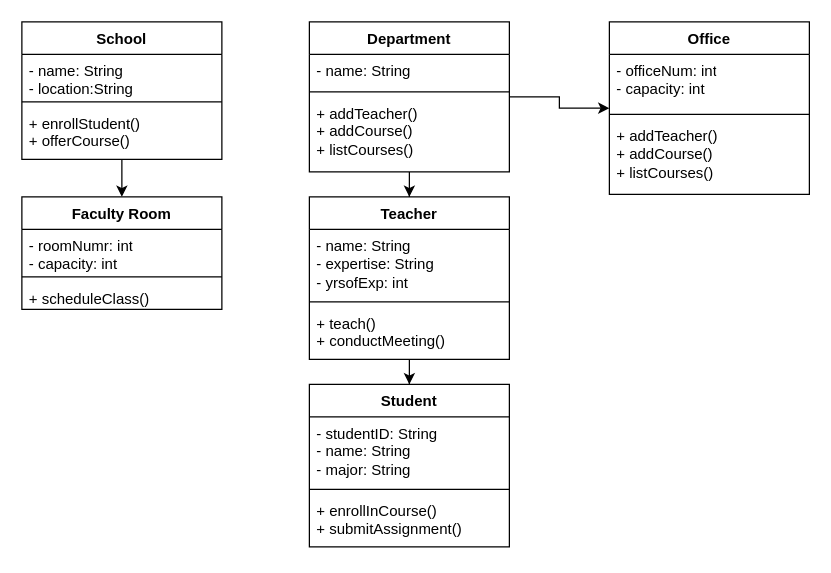
The draw.io diagram tasksheet/SimpleClassDiagram.drawio in cocomarktea/TesdaActivity, before the edit. Source tidied: cells renumbered, new cells numbered last; positions are measured from the earlier drawing's top-left corner, leaving out a move shared by most shapes. Both pictures are drawn from the tidied source at 125%, with x=0, y=0 at pixel (21, 21).
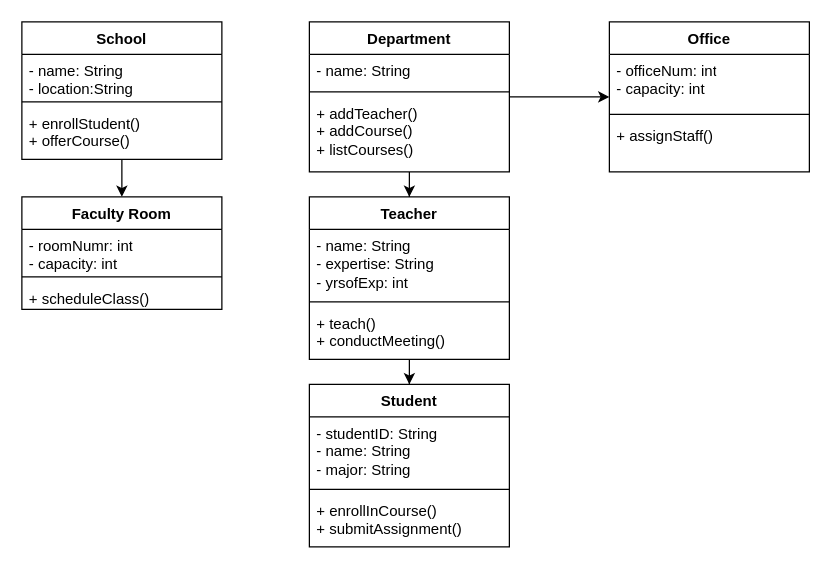
The same diagram, later.

The edit, as a diff of the source:
```diff
@@
     <mxCell id="26" value="Office" style="swimlane;fontStyle=1;align=center;verticalAlign=top;horizontal=1;startSize=26;whiteSpace=wrap;html=1;" parent="1" vertex="1">
-      <mxGeometry x="470" width="160" height="138" as="geometry" />
+      <mxGeometry x="470" width="160" height="120" as="geometry" />
     </mxCell>
@@
-    <mxCell id="29" value="+ addTeacher()&lt;br&gt;+ addCourse()&lt;br&gt;+ listCourses()" style="text;strokeColor=none;fillColor=none;align=left;verticalAlign=top;spacingLeft=4;spacingRight=4;overflow=hidden;whiteSpace=wrap;html=1;" parent="26" vertex="1">
-      <mxGeometry y="78" width="160" height="60" as="geometry" />
+    <mxCell id="29" value="+ assignStaff()" style="text;strokeColor=none;fillColor=none;align=left;verticalAlign=top;spacingLeft=4;spacingRight=4;overflow=hidden;whiteSpace=wrap;html=1;" parent="26" vertex="1">
+      <mxGeometry y="78" width="160" height="42" as="geometry" />
     </mxCell>
```
